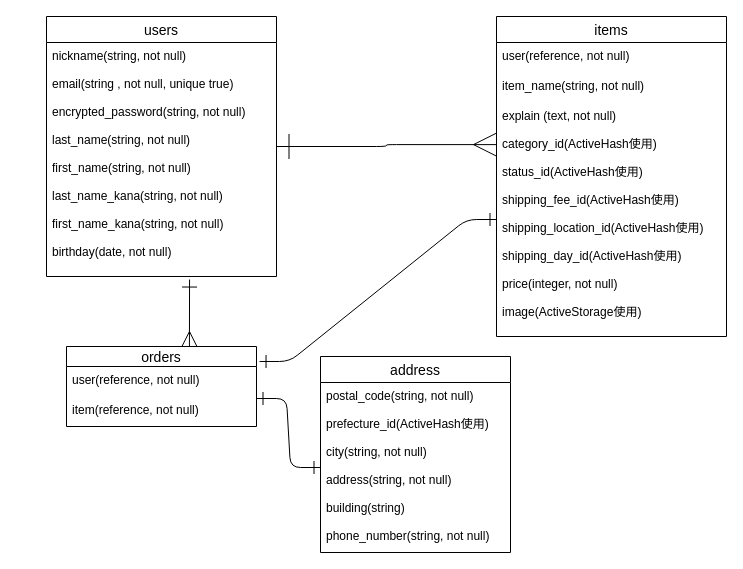
Before: furima.dio in honeygoct/furima-34732, a draw.io diagram. Source tidied: cells renumbered, new cells numbered last; positions are measured from the earlier drawing's top-left corner, leaving out a move shared by most shapes. Both pictures are drawn from the tidied source at 100%, with x=0, y=0 at pixel (46, 16).
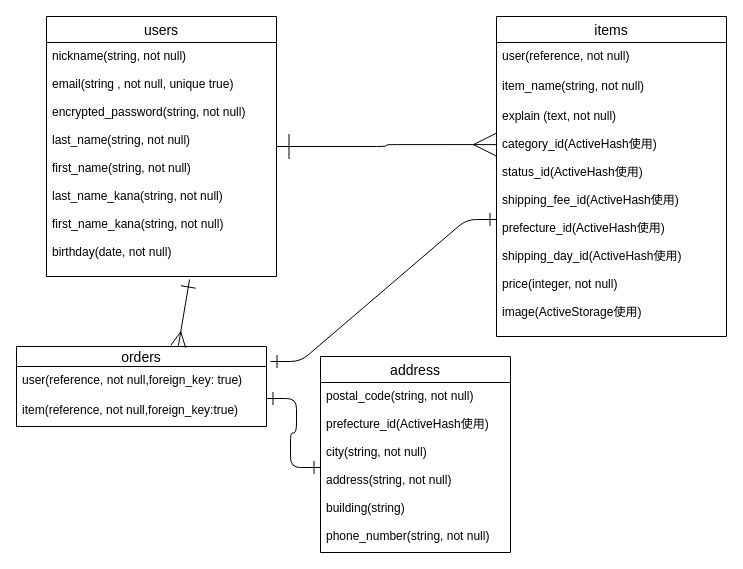
Above is the later version.

Commit message (it also covers changes not shown here):
データベース修正4

Change to the diagram source:
```diff
@@
 <mxGraphModel>
   <root>
     <mxCell id="0" />
     <mxCell id="1" parent="0" />
     <mxCell id="2" value="users" style="swimlane;fontStyle=0;horizontal=1;startSize=26;align=center;fontSize=14;" parent="1" vertex="1">
       <mxGeometry width="230" height="260" as="geometry" />
     </mxCell>
     <mxCell id="3" value="nickname(string, not null)&#10;&#10;email(string , not null, unique true)&#10;&#10;encrypted_password(string, not null)&#10;&#10;last_name(string, not null)&#10;&#10;first_name(string, not null)&#10;&#10;last_name_kana(string, not null)&#10;&#10;first_name_kana(string, not null)&#10;&#10;birthday(date, not null)" style="text;strokeColor=none;fillColor=none;spacingLeft=4;spacingRight=4;overflow=hidden;points=[[0,0.5],[1,0.5]];portConstraint=eastwest;fontSize=12;" parent="2" vertex="1">
       <mxGeometry y="26" width="230" height="234" as="geometry" />
     </mxCell>
     <mxCell id="4" value="items" style="swimlane;fontStyle=0;horizontal=1;startSize=26;align=center;fontSize=14;" parent="1" vertex="1">
       <mxGeometry x="450" width="230" height="320" as="geometry" />
     </mxCell>
     <mxCell id="5" value="user(reference, not null)&#10;" style="text;strokeColor=none;fillColor=none;spacingLeft=4;spacingRight=4;overflow=hidden;fontSize=12;" parent="4" vertex="1">
       <mxGeometry y="26" width="230" height="30" as="geometry" />
     </mxCell>
     <mxCell id="6" value="item_name(string, not null)&#10;" style="text;strokeColor=none;fillColor=none;spacingLeft=4;spacingRight=4;overflow=hidden;fontSize=12;" parent="4" vertex="1">
       <mxGeometry y="56" width="230" height="30" as="geometry" />
     </mxCell>
-    <mxCell id="7" value="explain (text, not null)&#10;&#10;category_id(ActiveHash使用)&#10;&#10;status_id(ActiveHash使用)&#10;&#10;shipping_fee_id(ActiveHash使用)&#10;&#10;shipping_location_id(ActiveHash使用)&#10;&#10;shipping_day_id(ActiveHash使用)&#10;&#10;price(integer, not null)&#10;&#10;image(ActiveStorage使用)" style="text;strokeColor=none;fillColor=none;spacingLeft=4;spacingRight=4;overflow=hidden;points=[[0,0.5],[1,0.5]];portConstraint=eastwest;fontSize=12;" parent="4" vertex="1">
+    <mxCell id="7" value="explain (text, not null)&#10;&#10;category_id(ActiveHash使用)&#10;&#10;status_id(ActiveHash使用)&#10;&#10;shipping_fee_id(ActiveHash使用)&#10;&#10;prefecture_id(ActiveHash使用)&#10;&#10;shipping_day_id(ActiveHash使用)&#10;&#10;price(integer, not null)&#10;&#10;image(ActiveStorage使用)" style="text;strokeColor=none;fillColor=none;spacingLeft=4;spacingRight=4;overflow=hidden;points=[[0,0.5],[1,0.5]];portConstraint=eastwest;fontSize=12;" parent="4" vertex="1">
       <mxGeometry y="86" width="230" height="234" as="geometry" />
     </mxCell>
     <mxCell id="8" value="orders" style="swimlane;fontStyle=0;horizontal=1;startSize=20;align=center;fontSize=14;" parent="1" vertex="1">
-      <mxGeometry x="20" y="330" width="190" height="80" as="geometry" />
+      <mxGeometry x="-30" y="330" width="250" height="80" as="geometry" />
     </mxCell>
-    <mxCell id="9" value="user(reference, not null)" style="text;strokeColor=none;fillColor=none;spacingLeft=4;spacingRight=4;overflow=hidden;points=[[0,0.5],[1,0.5]];portConstraint=eastwest;fontSize=12;" parent="8" vertex="1">
-      <mxGeometry y="20" width="190" height="30" as="geometry" />
+    <mxCell id="9" value="user(reference, not null,foreign_key: true)" style="text;strokeColor=none;fillColor=none;spacingLeft=4;spacingRight=4;overflow=hidden;points=[[0,0.5],[1,0.5]];portConstraint=eastwest;fontSize=12;" parent="8" vertex="1">
+      <mxGeometry y="20" width="250" height="30" as="geometry" />
     </mxCell>
-    <mxCell id="10" value="item(reference, not null)" style="text;strokeColor=none;fillColor=none;spacingLeft=4;spacingRight=4;overflow=hidden;fontSize=12;" parent="8" vertex="1">
-      <mxGeometry y="50" width="190" height="30" as="geometry" />
+    <mxCell id="10" value="item(reference, not null,foreign_key:true)" style="text;strokeColor=none;fillColor=none;spacingLeft=4;spacingRight=4;overflow=hidden;fontSize=12;" parent="8" vertex="1">
+      <mxGeometry y="50" width="250" height="30" as="geometry" />
     </mxCell>
     <mxCell id="11" style="edgeStyle=orthogonalEdgeStyle;fontSize=12;html=1;endArrow=ERmany;startArrow=ERone;exitX=1;exitY=0.5;exitDx=0;exitDy=0;endFill=0;strokeWidth=1;endSize=21;startFill=0;startSize=23;entryX=0;entryY=0.18;entryDx=0;entryDy=0;entryPerimeter=0;" parent="1" edge="1" source="2" target="7">
       <mxGeometry relative="1" as="geometry" />
     </mxCell>
     <mxCell id="12" value="address" style="swimlane;fontStyle=0;horizontal=1;startSize=26;align=center;fontSize=14;" parent="1" vertex="1">
       <mxGeometry x="274" y="340" width="190" height="196" as="geometry" />
     </mxCell>
     <mxCell id="13" value="postal_code(string, not null)&#10;&#10;prefecture_id(ActiveHash使用)&#10;&#10;city(string, not null)&#10;&#10;address(string, not null)&#10;&#10;building(string)&#10;&#10;phone_number(string, not null)" style="text;strokeColor=none;fillColor=none;spacingLeft=4;spacingRight=4;overflow=hidden;points=[[0,0.5],[1,0.5]];portConstraint=eastwest;fontSize=12;" parent="12" vertex="1">
       <mxGeometry y="26" width="190" height="170" as="geometry" />
     </mxCell>
     <mxCell id="14" style="fontSize=12;html=1;endArrow=ERmany;exitX=0.622;exitY=1.013;exitDx=0;exitDy=0;exitPerimeter=0;endFill=0;endSize=13;startArrow=ERone;startFill=0;startSize=13;entryX=0.647;entryY=0;entryDx=0;entryDy=0;entryPerimeter=0;" parent="1" edge="1" source="3" target="8">
       <mxGeometry relative="1" as="geometry" />
     </mxCell>
     <mxCell id="15" style="edgeStyle=entityRelationEdgeStyle;fontSize=12;html=1;endArrow=ERone;endFill=0;exitX=1.016;exitY=-0.167;exitDx=0;exitDy=0;exitPerimeter=0;startArrow=ERone;startFill=0;endSize=11;startSize=11;" parent="1" edge="1" source="9" target="7">
       <mxGeometry relative="1" as="geometry" />
     </mxCell>
-    <mxCell id="16" style="edgeStyle=entityRelationEdgeStyle;fontSize=12;html=1;endArrow=ERone;endFill=0;exitX=1.016;exitY=-0.167;exitDx=0;exitDy=0;exitPerimeter=0;startArrow=ERone;startFill=0;endSize=11;startSize=11;" parent="1" edge="1" target="13">
+    <mxCell id="16" style="edgeStyle=entityRelationEdgeStyle;fontSize=12;html=1;endArrow=ERone;endFill=0;startArrow=ERone;startFill=0;endSize=11;startSize=11;" parent="1" edge="1" target="13">
       <mxGeometry relative="1" as="geometry">
-        <mxPoint x="210" y="382" as="sourcePoint" />
+        <mxPoint x="220" y="382" as="sourcePoint" />
       </mxGeometry>
     </mxCell>
   </root>
 </mxGraphModel>
```
